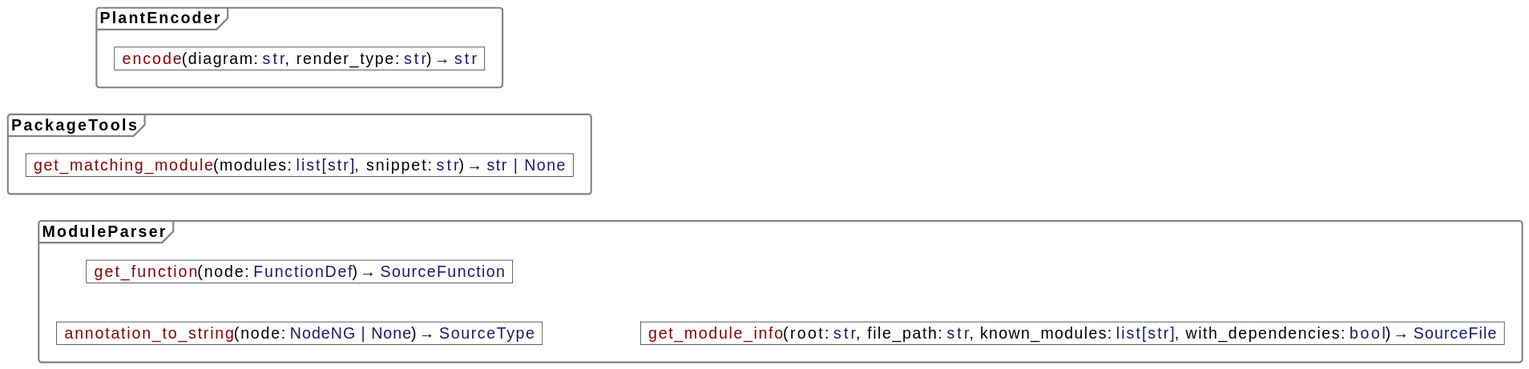
Earlier version of the PlantUML export utils/uml.svg (Domi04151309/pypu).
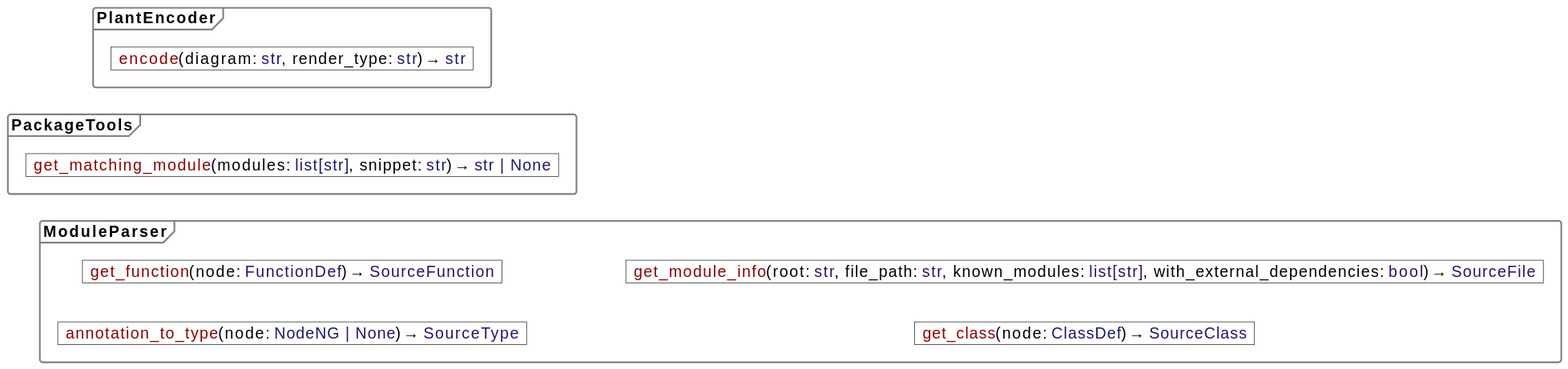
Above is the later version.

Diff of the diagram source:
```diff
@@ -13,8 +13,9 @@
 object "<color:DarkRed>encode</color>(diagram: <color:MidnightBlue>str</color>, render_type: <color:MidnightBlue>str</color>) → <color:MidnightBlue>str</color>" as encode
 }
 package .ModuleParser {
-object "<color:DarkRed>annotation_to_string</color>(node: <color:MidnightBlue>NodeNG | None</color>) → <color:MidnightBlue>SourceType</color>" as annotation_to_string
+object "<color:DarkRed>annotation_to_type</color>(node: <color:MidnightBlue>NodeNG | None</color>) → <color:MidnightBlue>SourceType</color>" as annotation_to_type
 object "<color:DarkRed>get_function</color>(node: <color:MidnightBlue>FunctionDef</color>) → <color:MidnightBlue>SourceFunction</color>" as get_function
-object "<color:DarkRed>get_module_info</color>(root: <color:MidnightBlue>str</color>, file_path: <color:MidnightBlue>str</color>, known_modules: <color:MidnightBlue>list[str]</color>, with_dependencies: <color:MidnightBlue>bool</color>) → <color:MidnightBlue>SourceFile</color>" as get_module_info
+object "<color:DarkRed>get_class</color>(node: <color:MidnightBlue>ClassDef</color>) → <color:MidnightBlue>SourceClass</color>" as get_class
+object "<color:DarkRed>get_module_info</color>(root: <color:MidnightBlue>str</color>, file_path: <color:MidnightBlue>str</color>, known_modules: <color:MidnightBlue>list[str]</color>, with_external_dependencies: <color:MidnightBlue>bool</color>) → <color:MidnightBlue>SourceFile</color>" as get_module_info
 }
 @enduml
```
